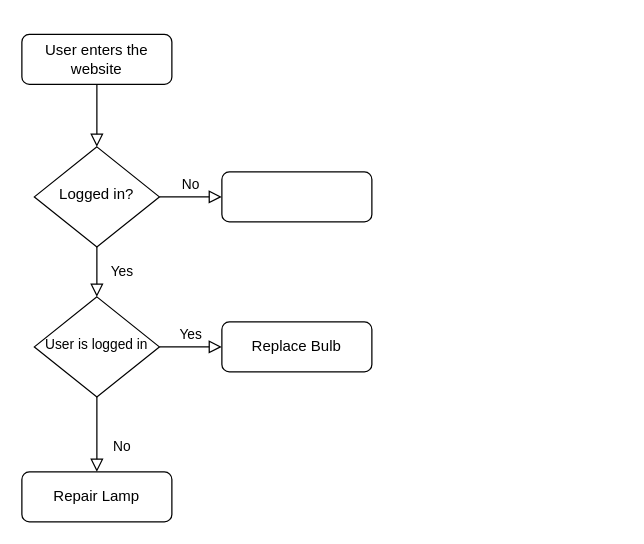
Before: Untitled Diagram.drawio in Tomoppenheimer/Login-and-Register, a draw.io diagram. Source tidied: cells renumbered, new cells numbered last; positions are measured from the earlier drawing's top-left corner, leaving out a move shared by most shapes. Both pictures are drawn from the tidied source at 125%, with x=0, y=0 at pixel (21, 34).
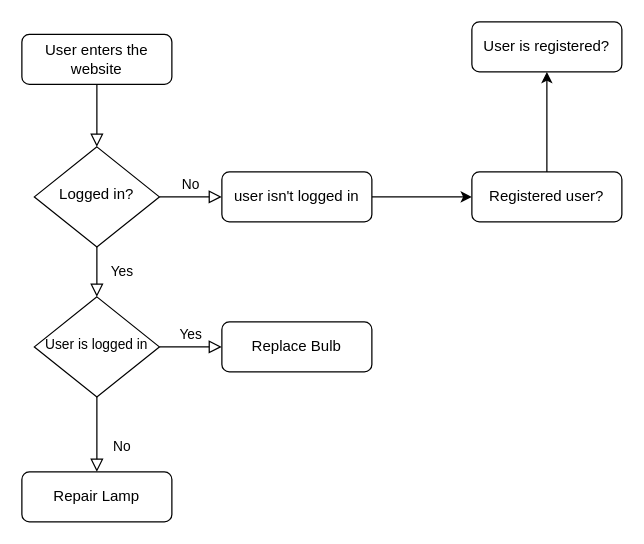
The same diagram, later.

Change to the diagram source:
```diff
@@
 <mxGraphModel>
   <root>
     <mxCell id="0" />
     <mxCell id="1" parent="0" />
     <mxCell id="2" style="rounded=0;html=1;jettySize=auto;fontSize=11;endArrow=block;endFill=0;endSize=8;strokeWidth=1;shadow=0;labelBackgroundColor=none;edgeStyle=orthogonalEdgeStyle;" parent="1" edge="1" source="3" target="6">
       <mxGeometry relative="1" as="geometry" />
     </mxCell>
     <mxCell id="3" value="User enters the website" style="rounded=1;whiteSpace=wrap;html=1;fontSize=12;glass=0;strokeWidth=1;shadow=0;" parent="1" vertex="1">
       <mxGeometry width="120" height="40" as="geometry" />
     </mxCell>
     <mxCell id="4" value="Yes" style="rounded=0;html=1;jettySize=auto;fontSize=11;endArrow=block;endFill=0;endSize=8;strokeWidth=1;shadow=0;labelBackgroundColor=none;edgeStyle=orthogonalEdgeStyle;" parent="1" edge="1" source="6" target="10">
       <mxGeometry y="20" relative="1" as="geometry" />
     </mxCell>
     <mxCell id="5" value="No" style="edgeStyle=orthogonalEdgeStyle;rounded=0;html=1;jettySize=auto;fontSize=11;endArrow=block;endFill=0;endSize=8;strokeWidth=1;shadow=0;labelBackgroundColor=none;" parent="1" edge="1" source="6" target="7">
       <mxGeometry y="10" relative="1" as="geometry" />
     </mxCell>
     <mxCell id="6" value="Logged in?" style="rhombus;whiteSpace=wrap;html=1;shadow=0;fontFamily=Helvetica;fontSize=12;align=center;strokeWidth=1;spacing=6;spacingTop=-4;" parent="1" vertex="1">
       <mxGeometry x="10" y="90" width="100" height="80" as="geometry" />
     </mxCell>
+    <mxCell id="13" style="edgeStyle=orthogonalEdgeStyle;rounded=0;jettySize=auto;html=1;fontSize=11;" parent="1" edge="1" source="7" target="15">
+      <mxGeometry relative="1" as="geometry" />
+    </mxCell>
-    <mxCell id="7" style="rounded=1;whiteSpace=wrap;html=1;fontSize=12;glass=0;strokeWidth=1;shadow=0;" parent="1" vertex="1">
+    <mxCell id="7" value="user isn't logged in" style="rounded=1;whiteSpace=wrap;html=1;fontSize=12;glass=0;strokeWidth=1;shadow=0;" parent="1" vertex="1">
       <mxGeometry x="160" y="110" width="120" height="40" as="geometry" />
     </mxCell>
     <mxCell id="8" value="No" style="rounded=0;html=1;jettySize=auto;fontSize=11;endArrow=block;endFill=0;endSize=8;strokeWidth=1;shadow=0;labelBackgroundColor=none;edgeStyle=orthogonalEdgeStyle;" parent="1" edge="1" source="10" target="11">
       <mxGeometry x="0.33" y="20" relative="1" as="geometry" />
     </mxCell>
     <mxCell id="9" value="Yes" style="edgeStyle=orthogonalEdgeStyle;rounded=0;html=1;jettySize=auto;fontSize=11;endArrow=block;endFill=0;endSize=8;strokeWidth=1;shadow=0;labelBackgroundColor=none;" parent="1" edge="1" source="10" target="12">
       <mxGeometry y="10" relative="1" as="geometry" />
     </mxCell>
     <mxCell id="10" value="&lt;font style=&quot;font-size: 11px&quot;&gt;User is logged in&lt;/font&gt;" style="rhombus;whiteSpace=wrap;html=1;shadow=0;fontFamily=Helvetica;fontSize=12;align=center;strokeWidth=1;spacing=6;spacingTop=-4;" parent="1" vertex="1">
       <mxGeometry x="10" y="210" width="100" height="80" as="geometry" />
     </mxCell>
     <mxCell id="11" value="Repair Lamp" style="rounded=1;whiteSpace=wrap;html=1;fontSize=12;glass=0;strokeWidth=1;shadow=0;" parent="1" vertex="1">
       <mxGeometry y="350" width="120" height="40" as="geometry" />
     </mxCell>
     <mxCell id="12" value="Replace Bulb" style="rounded=1;whiteSpace=wrap;html=1;fontSize=12;glass=0;strokeWidth=1;shadow=0;" parent="1" vertex="1">
       <mxGeometry x="160" y="230" width="120" height="40" as="geometry" />
     </mxCell>
+    <mxCell id="14" style="edgeStyle=orthogonalEdgeStyle;rounded=0;jettySize=auto;html=1;fontSize=11;" parent="1" edge="1" source="15" target="16">
+      <mxGeometry relative="1" as="geometry" />
+    </mxCell>
+    <mxCell id="15" value="Registered user?" style="rounded=1;whiteSpace=wrap;html=1;fontSize=12;glass=0;strokeWidth=1;shadow=0;" parent="1" vertex="1">
+      <mxGeometry x="360" y="110" width="120" height="40" as="geometry" />
+    </mxCell>
+    <mxCell id="16" value="User is registered?" style="rounded=1;whiteSpace=wrap;html=1;fontSize=12;glass=0;strokeWidth=1;shadow=0;" parent="1" vertex="1">
+      <mxGeometry x="360" y="-10" width="120" height="40" as="geometry" />
+    </mxCell>
   </root>
 </mxGraphModel>
```
